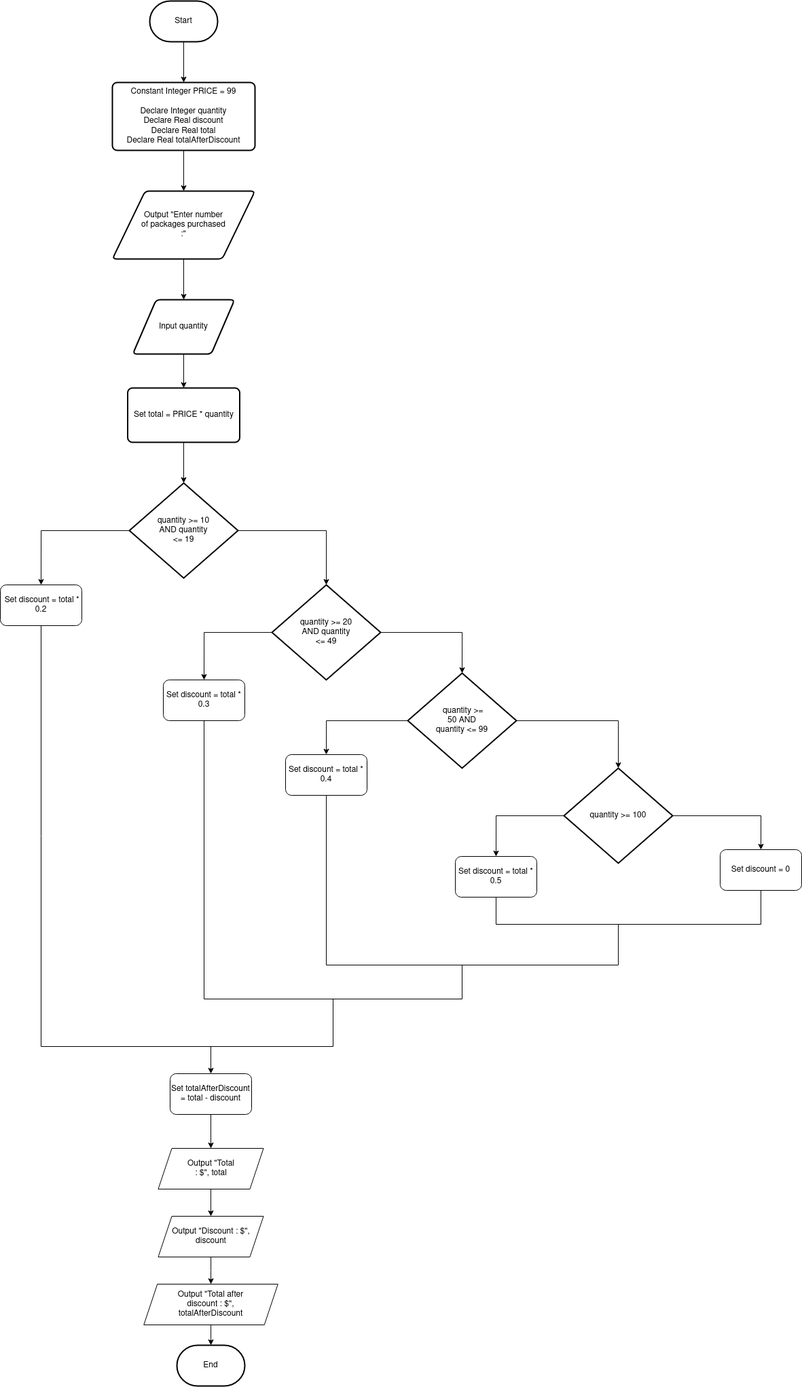
Earlier version of the draw.io export CH3-desicion-sructure-and-boolean-logic/EX7-software-sales/design/softwareSalesFlowchart.png (imam-bagus/Programming-Logic-Design). Source tidied: cells renumbered, new cells last; positions are measured from the earlier drawing's top-left corner, leaving out a move shared by most shapes.
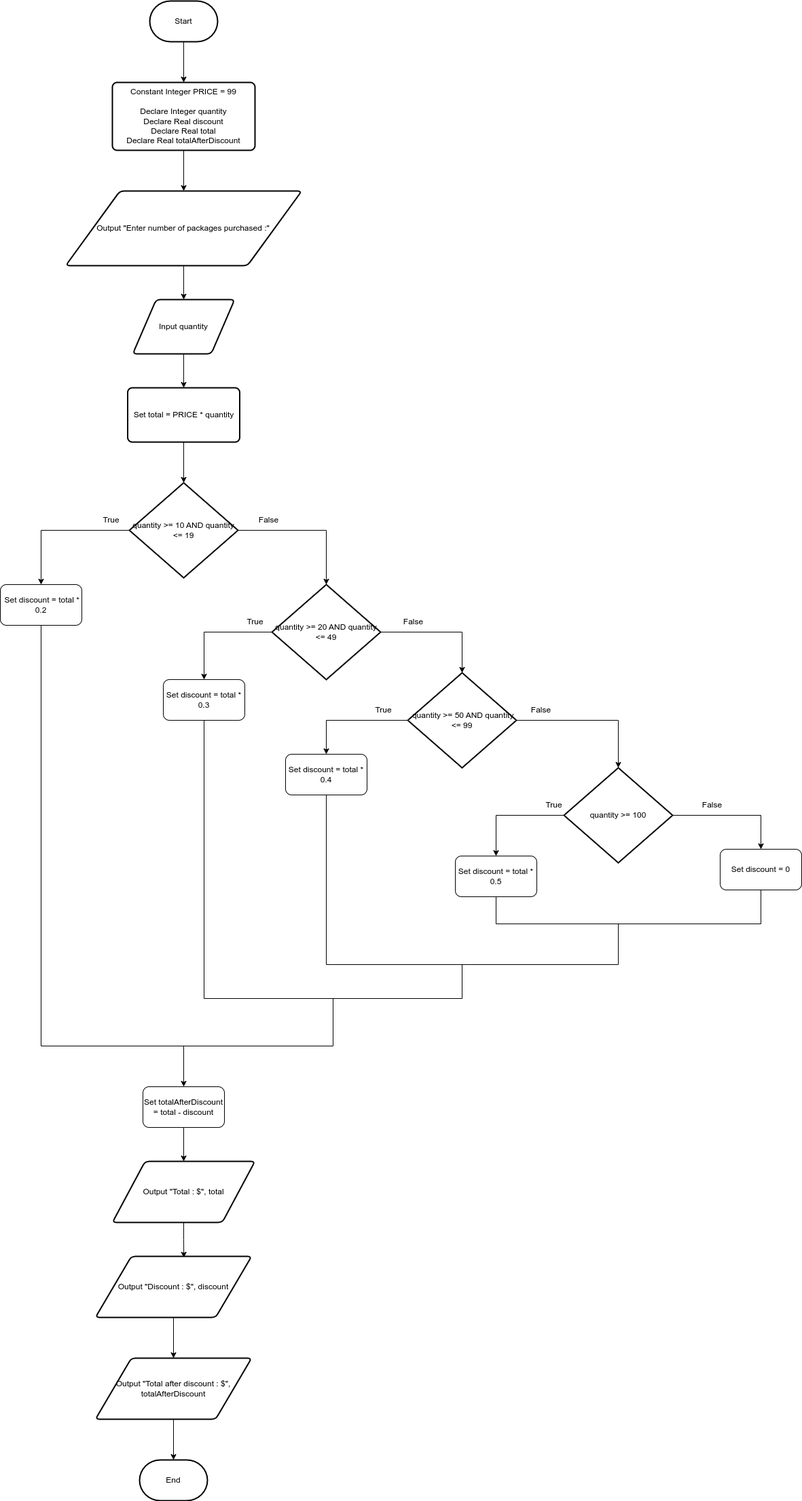
After the commit.

Diff of the diagram source:
```diff
@@ -17,8 +17,8 @@
     <mxCell id="6" style="edgeStyle=orthogonalEdgeStyle;rounded=0;jettySize=auto;html=1;exitX=0.5;exitY=1;exitDx=0;exitDy=0;" parent="1" edge="1" source="7" target="9">
       <mxGeometry relative="1" as="geometry" />
     </mxCell>
-    <mxCell id="7" value="&lt;blockquote&gt;Output &quot;Enter number of packages purchased :&quot;&lt;/blockquote&gt;" style="shape=parallelogram;html=1;strokeWidth=2;perimeter=parallelogramPerimeter;whiteSpace=wrap;rounded=1;arcSize=12;size=0.23;" parent="1" vertex="1">
-      <mxGeometry x="165" y="280" width="210" height="100" as="geometry" />
+    <mxCell id="7" value="&lt;div style=&quot;&quot;&gt;&lt;span style=&quot;background-color: initial;&quot;&gt;Output &quot;Enter number of packages purchased :&quot;&lt;/span&gt;&lt;/div&gt;" style="shape=parallelogram;html=1;strokeWidth=2;perimeter=parallelogramPerimeter;whiteSpace=wrap;rounded=1;arcSize=12;size=0.23;align=center;" parent="1" vertex="1">
+      <mxGeometry x="96.2" y="280" width="347.5" height="110" as="geometry" />
     </mxCell>
     <mxCell id="8" style="edgeStyle=orthogonalEdgeStyle;rounded=0;jettySize=auto;html=1;entryX=0.5;entryY=0;entryDx=0;entryDy=0;" parent="1" edge="1" source="9" target="11">
       <mxGeometry relative="1" as="geometry" />
@@ -38,7 +38,7 @@
     <mxCell id="13" style="edgeStyle=orthogonalEdgeStyle;rounded=0;jettySize=auto;html=1;entryX=0.5;entryY=0;entryDx=0;entryDy=0;" parent="1" edge="1" source="14" target="24">
       <mxGeometry relative="1" as="geometry" />
     </mxCell>
-    <mxCell id="14" value="&lt;blockquote&gt;&lt;div align=&quot;center&quot;&gt;quantity &amp;gt;= 10 AND quantity &amp;lt;= 19&lt;/div&gt;&lt;/blockquote&gt;" style="strokeWidth=2;html=1;shape=mxgraph.flowchart.decision;whiteSpace=wrap;align=center;" parent="1" vertex="1">
+    <mxCell id="14" value="quantity &amp;gt;= 10 AND quantity &amp;lt;= 19" style="strokeWidth=2;html=1;shape=mxgraph.flowchart.decision;whiteSpace=wrap;" parent="1" vertex="1">
       <mxGeometry x="190" y="710" width="160" height="140" as="geometry" />
     </mxCell>
     <mxCell id="15" style="edgeStyle=orthogonalEdgeStyle;rounded=0;jettySize=auto;html=1;entryX=0.5;entryY=0;entryDx=0;entryDy=0;entryPerimeter=0;" parent="1" edge="1" source="17" target="20">
@@ -47,7 +47,7 @@
     <mxCell id="16" style="edgeStyle=orthogonalEdgeStyle;rounded=0;jettySize=auto;html=1;entryX=0.5;entryY=0;entryDx=0;entryDy=0;" parent="1" edge="1" source="17" target="25">
       <mxGeometry relative="1" as="geometry" />
     </mxCell>
-    <mxCell id="17" value="&lt;blockquote&gt;quantity &amp;gt;= 20 AND quantity &amp;lt;= 49&lt;/blockquote&gt;" style="strokeWidth=2;html=1;shape=mxgraph.flowchart.decision;whiteSpace=wrap;" parent="1" vertex="1">
+    <mxCell id="17" value="quantity &amp;gt;= 20 AND quantity &amp;lt;= 49" style="strokeWidth=2;html=1;shape=mxgraph.flowchart.decision;whiteSpace=wrap;" parent="1" vertex="1">
       <mxGeometry x="400" y="860" width="160" height="140" as="geometry" />
     </mxCell>
     <mxCell id="18" style="edgeStyle=orthogonalEdgeStyle;rounded=0;jettySize=auto;html=1;entryX=0.5;entryY=0;entryDx=0;entryDy=0;entryPerimeter=0;" parent="1" edge="1" source="20" target="23">
@@ -56,7 +56,7 @@
     <mxCell id="19" style="edgeStyle=orthogonalEdgeStyle;rounded=0;jettySize=auto;html=1;entryX=0.5;entryY=0;entryDx=0;entryDy=0;" parent="1" edge="1" source="20" target="26">
       <mxGeometry relative="1" as="geometry" />
     </mxCell>
-    <mxCell id="20" value="&lt;blockquote&gt;&amp;nbsp;quantity &amp;gt;= 50 AND quantity &amp;lt;= 99&lt;/blockquote&gt;" style="strokeWidth=2;html=1;shape=mxgraph.flowchart.decision;whiteSpace=wrap;" parent="1" vertex="1">
+    <mxCell id="20" value="&amp;nbsp;quantity &amp;gt;= 50 AND quantity &amp;lt;= 99" style="strokeWidth=2;html=1;shape=mxgraph.flowchart.decision;whiteSpace=wrap;" parent="1" vertex="1">
       <mxGeometry x="600" y="990" width="160" height="140" as="geometry" />
     </mxCell>
     <mxCell id="21" style="edgeStyle=orthogonalEdgeStyle;rounded=0;jettySize=auto;html=1;entryX=0.5;entryY=0;entryDx=0;entryDy=0;" parent="1" edge="1" source="23" target="28">
@@ -144,43 +144,67 @@
         <mxPoint x="490" y="1470" as="targetPoint" />
       </mxGeometry>
     </mxCell>
-    <mxCell id="40" style="endArrow=none;html=1;rounded=0;" parent="1" edge="1">
-      <mxGeometry relative="1" as="geometry">
-        <mxPoint x="60" y="1540" as="sourcePoint" />
-        <mxPoint x="490" y="1540" as="targetPoint" />
-      </mxGeometry>
-    </mxCell>
-    <mxCell id="41" style="endArrow=classic;html=1;rounded=0;endFill=1;entryX=0.5;entryY=0;entryDx=0;entryDy=0;" parent="1" edge="1" target="43">
-      <mxGeometry relative="1" as="geometry">
-        <mxPoint x="310" y="1540" as="sourcePoint" />
-      </mxGeometry>
-    </mxCell>
-    <mxCell id="42" style="edgeStyle=orthogonalEdgeStyle;rounded=0;jettySize=auto;html=1;entryX=0.5;entryY=0;entryDx=0;entryDy=0;endArrow=classic;endFill=1;" parent="1" edge="1" source="43" target="45">
-      <mxGeometry relative="1" as="geometry" />
-    </mxCell>
+    <mxCell id="51" value="True" style="text;html=1;align=center;verticalAlign=middle;strokeColor=none;fillColor=none;" parent="1" vertex="1">
+      <mxGeometry x="137.5" y="750" width="50" height="30" as="geometry" />
+    </mxCell>
+    <mxCell id="52" value="False" style="text;html=1;align=center;verticalAlign=middle;strokeColor=none;fillColor=none;" parent="1" vertex="1">
+      <mxGeometry x="370" y="750" width="50" height="30" as="geometry" />
+    </mxCell>
+    <mxCell id="53" value="True" style="text;html=1;align=center;verticalAlign=middle;strokeColor=none;fillColor=none;" parent="1" vertex="1">
+      <mxGeometry x="350" y="900" width="50" height="30" as="geometry" />
+    </mxCell>
+    <mxCell id="54" value="False" style="text;html=1;align=center;verticalAlign=middle;strokeColor=none;fillColor=none;" parent="1" vertex="1">
+      <mxGeometry x="582.5" y="900" width="50" height="30" as="geometry" />
+    </mxCell>
+    <mxCell id="55" value="True" style="text;html=1;align=center;verticalAlign=middle;strokeColor=none;fillColor=none;" parent="1" vertex="1">
+      <mxGeometry x="538.8" y="1030" width="50" height="30" as="geometry" />
+    </mxCell>
+    <mxCell id="56" value="False" style="text;html=1;align=center;verticalAlign=middle;strokeColor=none;fillColor=none;" parent="1" vertex="1">
+      <mxGeometry x="771.2" y="1030" width="50" height="30" as="geometry" />
+    </mxCell>
+    <mxCell id="57" value="True" style="text;html=1;align=center;verticalAlign=middle;strokeColor=none;fillColor=none;" parent="1" vertex="1">
+      <mxGeometry x="790" y="1170" width="50" height="30" as="geometry" />
+    </mxCell>
+    <mxCell id="58" value="False" style="text;html=1;align=center;verticalAlign=middle;strokeColor=none;fillColor=none;" parent="1" vertex="1">
+      <mxGeometry x="1022.5" y="1170" width="50" height="30" as="geometry" />
+    </mxCell>
+    <mxCell id="59" style="endArrow=none;html=1;rounded=0;" parent="1" edge="1">
+      <mxGeometry relative="1" as="geometry">
+        <mxPoint x="60" y="1540" as="sourcePoint" />
+        <mxPoint x="490" y="1540" as="targetPoint" />
+      </mxGeometry>
+    </mxCell>
     <mxCell id="43" value="Set totalAfterDiscount = total - discount" style="rounded=1;whiteSpace=wrap;html=1;" parent="1" vertex="1">
-      <mxGeometry x="250" y="1580" width="120" height="60" as="geometry" />
+      <mxGeometry x="210" y="1600" width="120" height="60" as="geometry" />
     </mxCell>
-    <mxCell id="44" style="edgeStyle=orthogonalEdgeStyle;rounded=0;jettySize=auto;html=1;entryX=0.5;entryY=0;entryDx=0;entryDy=0;endArrow=classic;endFill=1;" parent="1" edge="1" source="45" target="47">
+    <mxCell id="44" style="edgeStyle=orthogonalEdgeStyle;rounded=0;jettySize=auto;html=1;entryX=0.566;entryY=0.021;entryDx=0;entryDy=0;entryPerimeter=0;endArrow=classic;endFill=1;" parent="1" edge="1" source="45" target="47">
       <mxGeometry relative="1" as="geometry" />
     </mxCell>
-    <mxCell id="45" value="&lt;blockquote&gt;Output &quot;Total : $&quot;, total&lt;/blockquote&gt;" style="shape=parallelogram;perimeter=parallelogramPerimeter;whiteSpace=wrap;html=1;fixedSize=1;" parent="1" vertex="1">
-      <mxGeometry x="232.5" y="1690" width="155" height="60" as="geometry" />
+    <mxCell id="45" value="Output &quot;Total : $&quot;, total" style="shape=parallelogram;html=1;strokeWidth=2;perimeter=parallelogramPerimeter;whiteSpace=wrap;rounded=1;arcSize=12;size=0.23;" parent="1" vertex="1">
+      <mxGeometry x="165" y="1710" width="210" height="90" as="geometry" />
     </mxCell>
     <mxCell id="46" style="edgeStyle=orthogonalEdgeStyle;rounded=0;jettySize=auto;html=1;endArrow=classic;endFill=1;" parent="1" edge="1" source="47" target="49">
       <mxGeometry relative="1" as="geometry" />
     </mxCell>
-    <mxCell id="47" value="Output &quot;Discount : $&quot;, discount" style="shape=parallelogram;perimeter=parallelogramPerimeter;whiteSpace=wrap;html=1;fixedSize=1;" parent="1" vertex="1">
-      <mxGeometry x="232.5" y="1790" width="155" height="60" as="geometry" />
+    <mxCell id="47" value="Output &quot;Discount : $&quot;, discount" style="shape=parallelogram;html=1;strokeWidth=2;perimeter=parallelogramPerimeter;whiteSpace=wrap;rounded=1;arcSize=12;size=0.23;" parent="1" vertex="1">
+      <mxGeometry x="140" y="1850" width="230" height="90" as="geometry" />
     </mxCell>
     <mxCell id="48" style="edgeStyle=orthogonalEdgeStyle;rounded=0;jettySize=auto;html=1;entryX=0.5;entryY=0;entryDx=0;entryDy=0;entryPerimeter=0;endArrow=classic;endFill=1;" parent="1" edge="1" source="49" target="50">
       <mxGeometry relative="1" as="geometry" />
     </mxCell>
-    <mxCell id="49" value="&lt;blockquote&gt;Output &quot;Total after discount : $&quot;, totalAfterDiscount&lt;/blockquote&gt;" style="shape=parallelogram;perimeter=parallelogramPerimeter;whiteSpace=wrap;html=1;fixedSize=1;" parent="1" vertex="1">
-      <mxGeometry x="211.2" y="1890" width="197.5" height="60" as="geometry" />
+    <mxCell id="49" value="Output &quot;Total after discount : $&quot;, totalAfterDiscount" style="shape=parallelogram;html=1;strokeWidth=2;perimeter=parallelogramPerimeter;whiteSpace=wrap;rounded=1;arcSize=12;size=0.23;" parent="1" vertex="1">
+      <mxGeometry x="140" y="2000" width="230" height="90" as="geometry" />
     </mxCell>
+    <mxCell id="60" style="endArrow=classic;html=1;rounded=0;entryX=0.5;entryY=0;entryDx=0;entryDy=0;" parent="1" edge="1" target="43">
+      <mxGeometry relative="1" as="geometry">
+        <mxPoint x="270" y="1540" as="sourcePoint" />
+      </mxGeometry>
+    </mxCell>
+    <mxCell id="42" style="endArrow=classic;html=1;rounded=0;exitX=0.5;exitY=1;exitDx=0;exitDy=0;entryX=0.5;entryY=0;entryDx=0;entryDy=0;" parent="1" edge="1" source="43" target="45">
+      <mxGeometry relative="1" as="geometry" />
+    </mxCell>
     <mxCell id="50" value="End" style="strokeWidth=2;html=1;shape=mxgraph.flowchart.terminator;whiteSpace=wrap;" parent="1" vertex="1">
-      <mxGeometry x="260" y="1980" width="100" height="60" as="geometry" />
+      <mxGeometry x="205" y="2150" width="100" height="60" as="geometry" />
     </mxCell>
   </root>
 </mxGraphModel>
```
